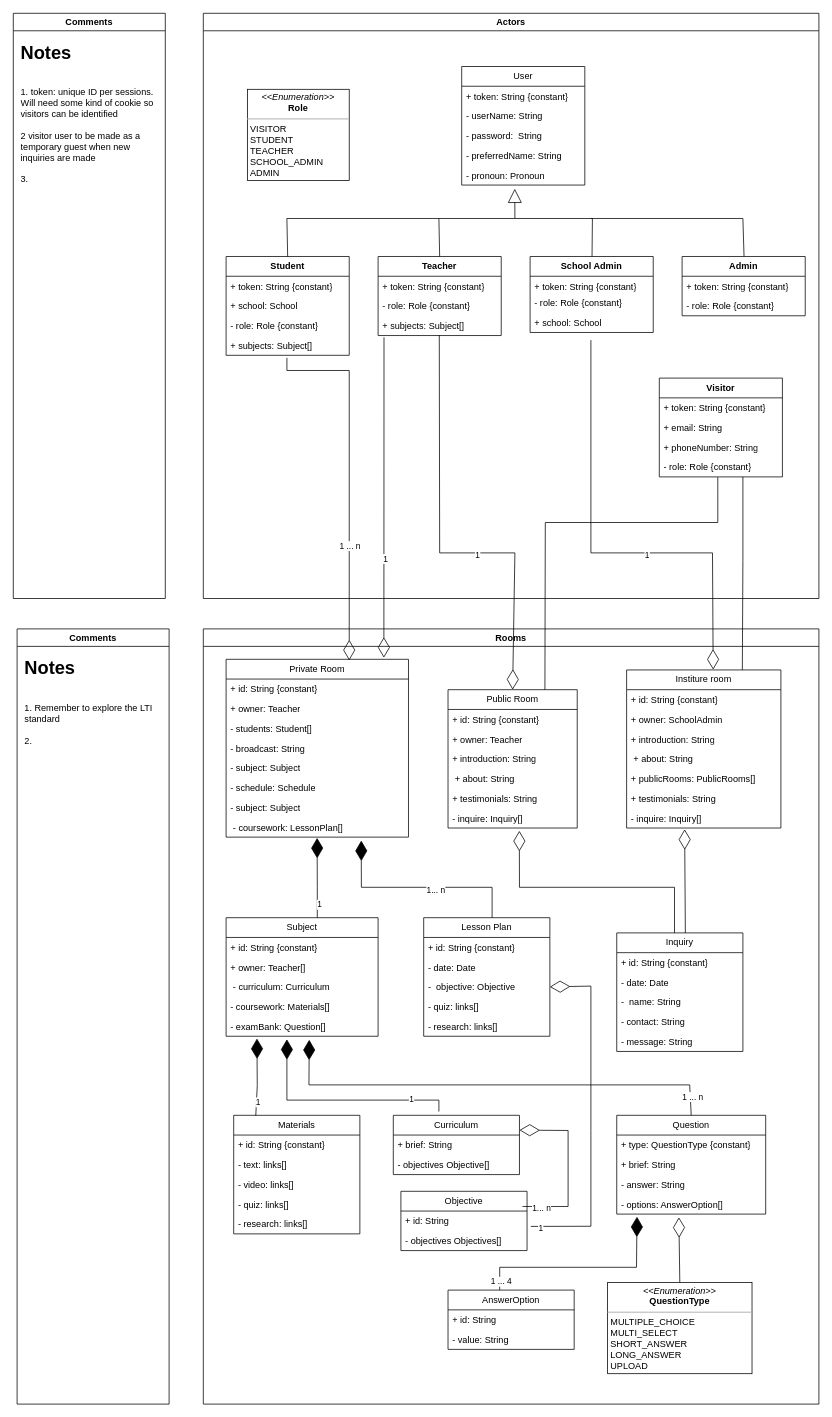
The draw.io diagram docs/assets/Class Diagram.drawio in akshayvijaynair/music-academy-docs, before the edit. Source tidied: cells renumbered, new cells numbered last; positions are measured from the earlier drawing's top-left corner, leaving out a move shared by most shapes. Both pictures are drawn from the tidied source at 76%, with x=0, y=0 at pixel (13, 13).
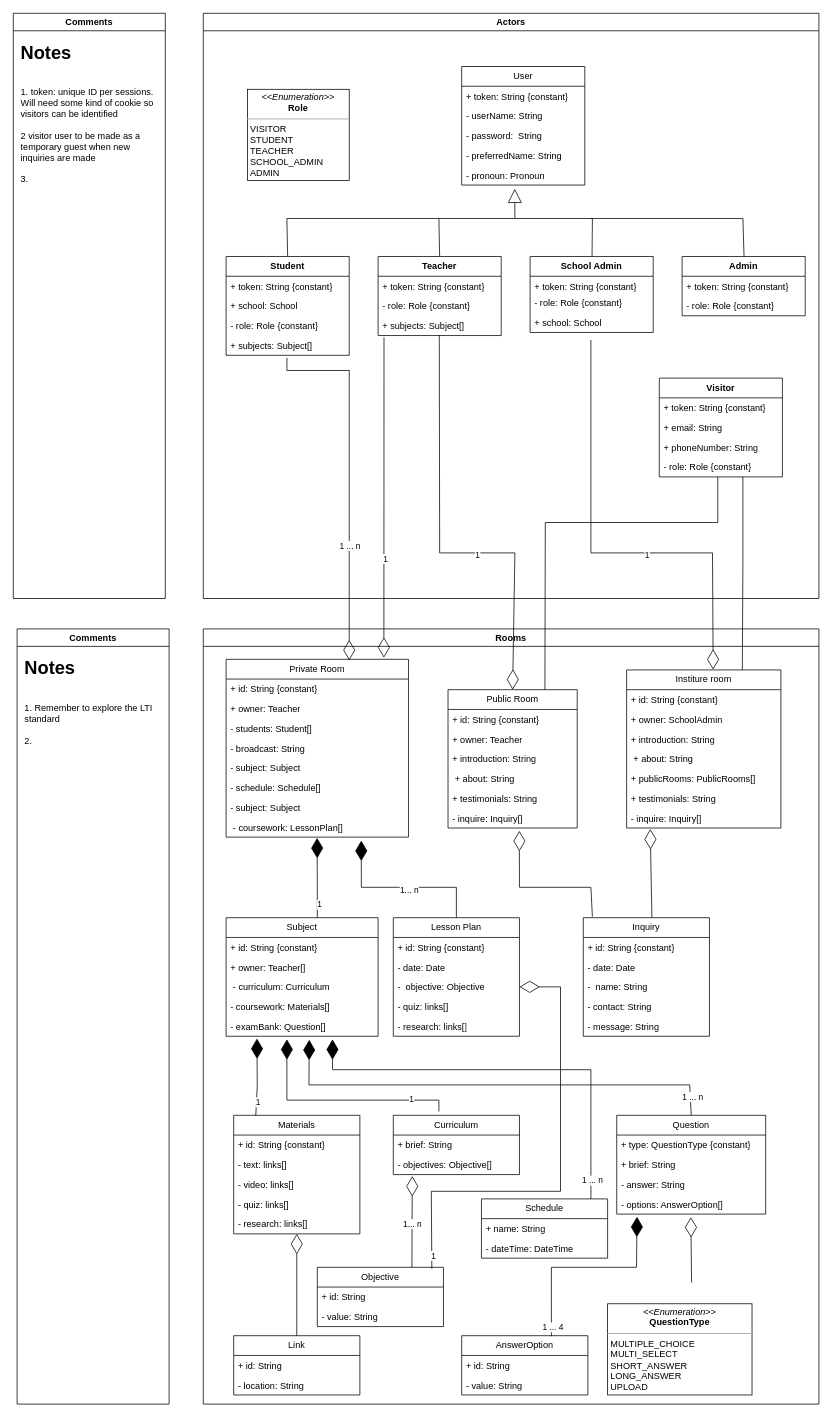
The same page after the edit.

Commit message:
feat(ClassDiagram): added Schedule class

Unchanged cells that the change refers to:
```xml
<mxCell id="35" value="Rooms" style="swimlane;whiteSpace=wrap;html=1;startSize=23;" parent="1" vertex="1">
  <mxGeometry x="250" y="810" width="810" height="1020" as="geometry" />
</mxCell>
<mxCell id="42" value="Private Room" style="swimlane;fontStyle=0;horizontal=1;startSize=26;fillColor=none;whiteSpace=wrap;html=1;" parent="35" vertex="1">
  <mxGeometry x="30" y="40" width="240" height="234" as="geometry" />
</mxCell>
<mxCell id="50" value="&amp;nbsp;- coursework: LessonPlan[]" style="text;strokeColor=none;fillColor=none;align=left;verticalAlign=top;spacingLeft=4;spacingRight=4;overflow=hidden;points=[[0,0.5],[1,0.5]];portConstraint=eastwest;whiteSpace=wrap;html=1;" parent="42" vertex="1">
  <mxGeometry y="208" width="240" height="26" as="geometry" />
</mxCell>
<mxCell id="56" value="- research: links[]" style="text;strokeColor=none;fillColor=none;align=left;verticalAlign=top;spacingLeft=4;spacingRight=4;overflow=hidden;points=[[0,0.5],[1,0.5]];portConstraint=eastwest;whiteSpace=wrap;html=1;" parent="51" vertex="1">
  <mxGeometry y="130" width="166" height="26" as="geometry" />
</mxCell>
<mxCell id="60" value="-&amp;nbsp; objective: Objective" style="text;strokeColor=none;fillColor=none;align=left;verticalAlign=top;spacingLeft=4;spacingRight=4;overflow=hidden;points=[[0,0.5],[1,0.5]];portConstraint=eastwest;whiteSpace=wrap;html=1;" parent="57" vertex="1">
  <mxGeometry y="78" width="166" height="26" as="geometry" />
</mxCell>
<mxCell id="69" value="- inquire: Inquiry[]" style="text;strokeColor=none;fillColor=none;align=left;verticalAlign=top;spacingLeft=4;spacingRight=4;overflow=hidden;points=[[0,0.5],[1,0.5]];portConstraint=eastwest;whiteSpace=wrap;html=1;" parent="63" vertex="1">
  <mxGeometry y="156" width="170" height="26" as="geometry" />
</mxCell>
<mxCell id="76" value="Curriculum" style="swimlane;fontStyle=0;horizontal=1;startSize=26;fillColor=none;whiteSpace=wrap;html=1;" parent="35" vertex="1">
  <mxGeometry x="250" y="640" width="166" height="78" as="geometry" />
</mxCell>
<mxCell id="84" value="+ id: String" style="text;strokeColor=none;fillColor=none;align=left;verticalAlign=top;spacingLeft=4;spacingRight=4;overflow=hidden;points=[[0,0.5],[1,0.5]];portConstraint=eastwest;whiteSpace=wrap;html=1;" parent="81" vertex="1">
  <mxGeometry y="26" width="166" height="26" as="geometry" />
</mxCell>
<mxCell id="92" value="- options: AnswerOption[]" style="text;strokeColor=none;fillColor=none;align=left;verticalAlign=top;spacingLeft=4;spacingRight=4;overflow=hidden;points=[[0,0.5],[1,0.5]];portConstraint=eastwest;whiteSpace=wrap;html=1;" parent="88" vertex="1">
  <mxGeometry y="104" width="196" height="26" as="geometry" />
</mxCell>
<mxCell id="116" value="- inquire: Inquiry[]" style="text;strokeColor=none;fillColor=none;align=left;verticalAlign=top;spacingLeft=4;spacingRight=4;overflow=hidden;points=[[0,0.5],[1,0.5]];portConstraint=eastwest;whiteSpace=wrap;html=1;" parent="109" vertex="1">
  <mxGeometry y="182" width="203" height="26" as="geometry" />
</mxCell>
```

Change to the diagram source:
```diff
@@
-    <mxCell id="48" value="- schedule: Schedule" style="text;strokeColor=none;fillColor=none;align=left;verticalAlign=top;spacingLeft=4;spacingRight=4;overflow=hidden;whiteSpace=wrap;html=1;" parent="42" vertex="1">
+    <mxCell id="48" value="- schedule: Schedule[]" style="text;strokeColor=none;fillColor=none;align=left;verticalAlign=top;spacingLeft=4;spacingRight=4;overflow=hidden;whiteSpace=wrap;html=1;" parent="42" vertex="1">
       <mxGeometry y="156" width="240" height="26" as="geometry" />
     </mxCell>
@@
     <mxCell id="57" value="Lesson Plan" style="swimlane;fontStyle=0;horizontal=1;startSize=26;fillColor=none;whiteSpace=wrap;html=1;" parent="35" vertex="1">
-      <mxGeometry x="290" y="380" width="166" height="156" as="geometry" />
+      <mxGeometry x="250" y="380" width="166" height="156" as="geometry" />
     </mxCell>
@@
-    <mxCell id="72" style="endArrow=diamondThin;endFill=1;endSize=24;html=1;rounded=0;exitX=0.799;exitY=0;exitDx=0;exitDy=0;exitPerimeter=0;entryX=0.741;entryY=1.176;entryDx=0;entryDy=0;entryPerimeter=0;" parent="35" edge="1" target="50">
+    <mxCell id="72" style="endArrow=diamondThin;endFill=1;endSize=24;html=1;rounded=0;exitX=0.5;exitY=0;exitDx=0;exitDy=0;entryX=0.741;entryY=1.176;entryDx=0;entryDy=0;entryPerimeter=0;" parent="35" edge="1" source="57" target="50">
       <mxGeometry relative="1" as="geometry">
-        <mxPoint x="380" y="380" as="sourcePoint" />
         <Array as="points">
-          <mxPoint x="380" y="340" />
+          <mxPoint x="333" y="340" />
           <mxPoint x="208" y="340" />
         </Array>
       </mxGeometry>
     </mxCell>
@@
-    <mxCell id="78" value="- objectives Objective[]" style="text;strokeColor=none;fillColor=none;align=left;verticalAlign=top;spacingLeft=4;spacingRight=4;overflow=hidden;whiteSpace=wrap;html=1;" parent="76" vertex="1">
+    <mxCell id="78" value="- objectives: Objective[]" style="text;strokeColor=none;fillColor=none;align=left;verticalAlign=top;spacingLeft=4;spacingRight=4;overflow=hidden;whiteSpace=wrap;html=1;" parent="76" vertex="1">
       <mxGeometry y="52" width="166" height="26" as="geometry" />
     </mxCell>
@@
     <mxCell id="81" value="Objective" style="swimlane;fontStyle=0;horizontal=1;startSize=26;fillColor=none;whiteSpace=wrap;html=1;" parent="35" vertex="1">
-      <mxGeometry x="260" y="740" width="166" height="78" as="geometry" />
+      <mxGeometry x="150" y="840" width="166" height="78" as="geometry" />
     </mxCell>
-    <mxCell id="82" style="endArrow=diamondThin;endFill=0;endSize=24;html=1;rounded=0;entryX=1;entryY=0.25;entryDx=0;entryDy=0;" parent="81" edge="1" target="76">
-      <mxGeometry relative="1" as="geometry">
-        <mxPoint x="160" y="20" as="sourcePoint" />
-        <Array as="points">
-          <mxPoint x="220" y="20" />
-          <mxPoint x="220" y="-80" />
-        </Array>
-      </mxGeometry>
-    </mxCell>
-    <mxCell id="83" value="1... n" style="edgeLabel;html=1;align=center;verticalAlign=middle;" parent="82" vertex="1">
-      <mxGeometry x="-0.79" y="-2" relative="1" as="geometry" />
-    </mxCell>
@@
-    <mxCell id="85" value="- objectives Objectives[]" style="text;strokeColor=none;fillColor=none;align=left;verticalAlign=top;spacingLeft=4;spacingRight=4;overflow=hidden;whiteSpace=wrap;html=1;" parent="81" vertex="1">
+    <mxCell id="85" value="- value: String" style="text;strokeColor=none;fillColor=none;align=left;verticalAlign=top;spacingLeft=4;spacingRight=4;overflow=hidden;whiteSpace=wrap;html=1;" parent="81" vertex="1">
       <mxGeometry y="52" width="166" height="26" as="geometry" />
     </mxCell>
-    <mxCell id="86" style="endArrow=diamondThin;endFill=0;endSize=24;html=1;rounded=0;entryX=1;entryY=0.5;entryDx=0;entryDy=0;exitX=1.03;exitY=0.777;exitDx=0;exitDy=0;exitPerimeter=0;" parent="35" edge="1" source="84" target="60">
+    <mxCell id="86" style="endArrow=diamondThin;endFill=0;endSize=24;html=1;rounded=0;entryX=1;entryY=0.5;entryDx=0;entryDy=0;exitX=0.908;exitY=0.026;exitDx=0;exitDy=0;exitPerimeter=0;" parent="35" edge="1" source="81" target="60">
       <mxGeometry relative="1" as="geometry">
         <Array as="points">
-          <mxPoint x="510" y="786" />
-          <mxPoint x="510" y="660" />
-          <mxPoint x="510" y="470" />
+          <mxPoint x="300" y="740" />
+          <mxPoint x="470" y="740" />
+          <mxPoint x="470" y="471" />
         </Array>
       </mxGeometry>
     </mxCell>
@@
     <mxCell id="93" value="AnswerOption" style="swimlane;fontStyle=0;horizontal=1;startSize=26;fillColor=none;whiteSpace=wrap;html=1;" parent="35" vertex="1">
-      <mxGeometry x="322" y="870" width="166" height="78" as="geometry" />
+      <mxGeometry x="340" y="930" width="166" height="78" as="geometry" />
     </mxCell>
@@
     <mxCell id="96" value="&lt;p style=&quot;margin:0px;margin-top:4px;text-align:center;&quot;&gt;&lt;i&gt;&amp;lt;&amp;lt;Enumeration&amp;gt;&amp;gt;&lt;/i&gt;&lt;br&gt;&lt;b&gt;QuestionType&lt;/b&gt;&lt;/p&gt;&lt;hr size=&quot;1&quot;&gt;&lt;p style=&quot;margin:0px;margin-left:4px;&quot;&gt;MULTIPLE_CHOICE&lt;/p&gt;&lt;p style=&quot;margin:0px;margin-left:4px;&quot;&gt;MULTI_SELECT&lt;/p&gt;&lt;p style=&quot;margin:0px;margin-left:4px;&quot;&gt;SHORT_ANSWER&lt;/p&gt;&lt;p style=&quot;margin:0px;margin-left:4px;&quot;&gt;LONG_ANSWER&lt;/p&gt;&lt;p style=&quot;margin:0px;margin-left:4px;&quot;&gt;UPLOAD&lt;/p&gt;&lt;p style=&quot;margin:0px;margin-left:4px;&quot;&gt;&lt;br&gt;&lt;/p&gt;" style="verticalAlign=top;align=left;overflow=fill;fontSize=12;fontFamily=Helvetica;html=1;whiteSpace=wrap;" parent="35" vertex="1">
-      <mxGeometry x="532" y="860" width="190" height="120" as="geometry" />
+      <mxGeometry x="532" y="888" width="190" height="120" as="geometry" />
     </mxCell>
-    <mxCell id="97" style="endArrow=diamondThin;endFill=1;endSize=24;html=1;rounded=0;exitX=0.5;exitY=0;exitDx=0;exitDy=0;entryX=0.136;entryY=1.131;entryDx=0;entryDy=0;entryPerimeter=0;" parent="35" edge="1" target="92">
+    <mxCell id="97" style="endArrow=diamondThin;endFill=1;endSize=24;html=1;rounded=0;exitX=0.711;exitY=0.009;exitDx=0;exitDy=0;entryX=0.136;entryY=1.131;entryDx=0;entryDy=0;entryPerimeter=0;exitPerimeter=0;" parent="35" edge="1" source="93" target="92">
       <mxGeometry relative="1" as="geometry">
-        <mxPoint x="390" y="870" as="sourcePoint" />
         <Array as="points">
-          <mxPoint x="390" y="840" />
+          <mxPoint x="458" y="840" />
           <mxPoint x="570" y="840" />
         </Array>
       </mxGeometry>
     </mxCell>
@@
-    <mxCell id="99" style="endArrow=diamondThin;endFill=0;endSize=24;html=1;rounded=0;exitX=0.5;exitY=0;exitDx=0;exitDy=0;entryX=0.417;entryY=1.162;entryDx=0;entryDy=0;entryPerimeter=0;" parent="35" edge="1" source="96" target="92">
-      <mxGeometry relative="1" as="geometry" />
-    </mxCell>
@@
     <mxCell id="102" value="Inquiry" style="swimlane;fontStyle=0;horizontal=1;startSize=26;fillColor=none;whiteSpace=wrap;html=1;" parent="35" vertex="1">
-      <mxGeometry x="544" y="400" width="166" height="156" as="geometry" />
+      <mxGeometry x="500" y="380" width="166" height="156" as="geometry" />
     </mxCell>
@@
-    <mxCell id="108" style="endArrow=diamondThin;endFill=0;endSize=24;html=1;rounded=0;entryX=0.552;entryY=1.143;entryDx=0;entryDy=0;entryPerimeter=0;" parent="35" edge="1" target="69">
+    <mxCell id="108" style="endArrow=diamondThin;endFill=0;endSize=24;html=1;rounded=0;entryX=0.552;entryY=1.143;entryDx=0;entryDy=0;entryPerimeter=0;exitX=0.072;exitY=-0.009;exitDx=0;exitDy=0;exitPerimeter=0;" parent="35" edge="1" source="102" target="69">
       <mxGeometry relative="1" as="geometry">
-        <mxPoint x="620" y="400" as="sourcePoint" />
         <Array as="points">
-          <mxPoint x="620" y="340" />
+          <mxPoint x="510" y="340" />
           <mxPoint x="416" y="340" />
         </Array>
       </mxGeometry>
     </mxCell>
@@
-    <mxCell id="117" style="endArrow=diamondThin;endFill=0;endSize=24;html=1;rounded=0;exitX=0.544;exitY=0;exitDx=0;exitDy=0;entryX=0.376;entryY=1.065;entryDx=0;entryDy=0;entryPerimeter=0;exitPerimeter=0;" parent="35" edge="1" source="102" target="116">
+    <mxCell id="117" style="endArrow=diamondThin;endFill=0;endSize=24;html=1;rounded=0;exitX=0.544;exitY=0;exitDx=0;exitDy=0;entryX=0.153;entryY=1.051;entryDx=0;entryDy=0;entryPerimeter=0;exitPerimeter=0;" parent="35" edge="1" source="102" target="116">
       <mxGeometry relative="1" as="geometry" />
     </mxCell>
+    <mxCell id="132" value="Link" style="swimlane;fontStyle=0;horizontal=1;startSize=26;fillColor=none;whiteSpace=wrap;html=1;" parent="35" vertex="1">
+      <mxGeometry x="40" y="930" width="166" height="78" as="geometry" />
+    </mxCell>
+    <mxCell id="133" value="+ id: String" style="text;strokeColor=none;fillColor=none;align=left;verticalAlign=top;spacingLeft=4;spacingRight=4;overflow=hidden;whiteSpace=wrap;html=1;" parent="132" vertex="1">
+      <mxGeometry y="26" width="166" height="26" as="geometry" />
+    </mxCell>
+    <mxCell id="134" value="- location: String" style="text;strokeColor=none;fillColor=none;align=left;verticalAlign=top;spacingLeft=4;spacingRight=4;overflow=hidden;whiteSpace=wrap;html=1;" parent="132" vertex="1">
+      <mxGeometry y="52" width="166" height="26" as="geometry" />
+    </mxCell>
+    <mxCell id="135" style="endArrow=diamondThin;endFill=0;endSize=24;html=1;rounded=0;exitX=0.5;exitY=0;exitDx=0;exitDy=0;entryX=0.417;entryY=1.162;entryDx=0;entryDy=0;entryPerimeter=0;" parent="35" edge="1">
+      <mxGeometry relative="1" as="geometry">
+        <mxPoint x="642.5" y="860" as="sourcePoint" />
+        <mxPoint x="641.5" y="774" as="targetPoint" />
+      </mxGeometry>
+    </mxCell>
+    <mxCell id="99" style="endArrow=diamondThin;endFill=0;endSize=24;html=1;rounded=0;exitX=0.5;exitY=0;exitDx=0;exitDy=0;" parent="35" edge="1" source="132" target="56">
+      <mxGeometry relative="1" as="geometry" />
+    </mxCell>
+    <mxCell id="82" style="endArrow=diamondThin;endFill=0;endSize=24;html=1;rounded=0;exitX=0.75;exitY=0;exitDx=0;exitDy=0;" parent="35" edge="1" source="81">
+      <mxGeometry relative="1" as="geometry">
+        <mxPoint x="275" y="720" as="targetPoint" />
+      </mxGeometry>
+    </mxCell>
+    <mxCell id="83" value="1... n" style="edgeLabel;html=1;align=center;verticalAlign=middle;" parent="82" vertex="1">
+      <mxGeometry x="-0.79" y="-2" relative="1" as="geometry">
+        <mxPoint x="-2" y="-45" as="offset" />
+      </mxGeometry>
+    </mxCell>
+    <mxCell id="136" value="Schedule" style="swimlane;fontStyle=0;horizontal=1;startSize=26;fillColor=none;whiteSpace=wrap;html=1;" parent="35" vertex="1">
+      <mxGeometry x="366" y="750" width="166" height="78" as="geometry" />
+    </mxCell>
+    <mxCell id="137" value="+ name: String" style="text;strokeColor=none;fillColor=none;align=left;verticalAlign=top;spacingLeft=4;spacingRight=4;overflow=hidden;whiteSpace=wrap;html=1;" parent="136" vertex="1">
+      <mxGeometry y="26" width="166" height="26" as="geometry" />
+    </mxCell>
+    <mxCell id="138" value="- dateTime: DateTime" style="text;strokeColor=none;fillColor=none;align=left;verticalAlign=top;spacingLeft=4;spacingRight=4;overflow=hidden;whiteSpace=wrap;html=1;" parent="136" vertex="1">
+      <mxGeometry y="52" width="166" height="26" as="geometry" />
+    </mxCell>
@@
+    <mxCell id="139" style="endArrow=diamondThin;endFill=1;endSize=24;html=1;rounded=0;" parent="1" edge="1">
+      <mxGeometry relative="1" as="geometry">
+        <mxPoint x="760" y="1560" as="sourcePoint" />
+        <mxPoint x="420" y="1350" as="targetPoint" />
+        <Array as="points">
+          <mxPoint x="760" y="1510" />
+          <mxPoint x="760" y="1460" />
+          <mxPoint x="760" y="1390" />
+          <mxPoint x="420" y="1390" />
+        </Array>
+      </mxGeometry>
+    </mxCell>
+    <mxCell id="140" value="1 ... n" style="edgeLabel;html=1;align=center;verticalAlign=middle;" parent="139" vertex="1">
+      <mxGeometry x="-0.91" y="-1" relative="1" as="geometry" />
+    </mxCell>
```
